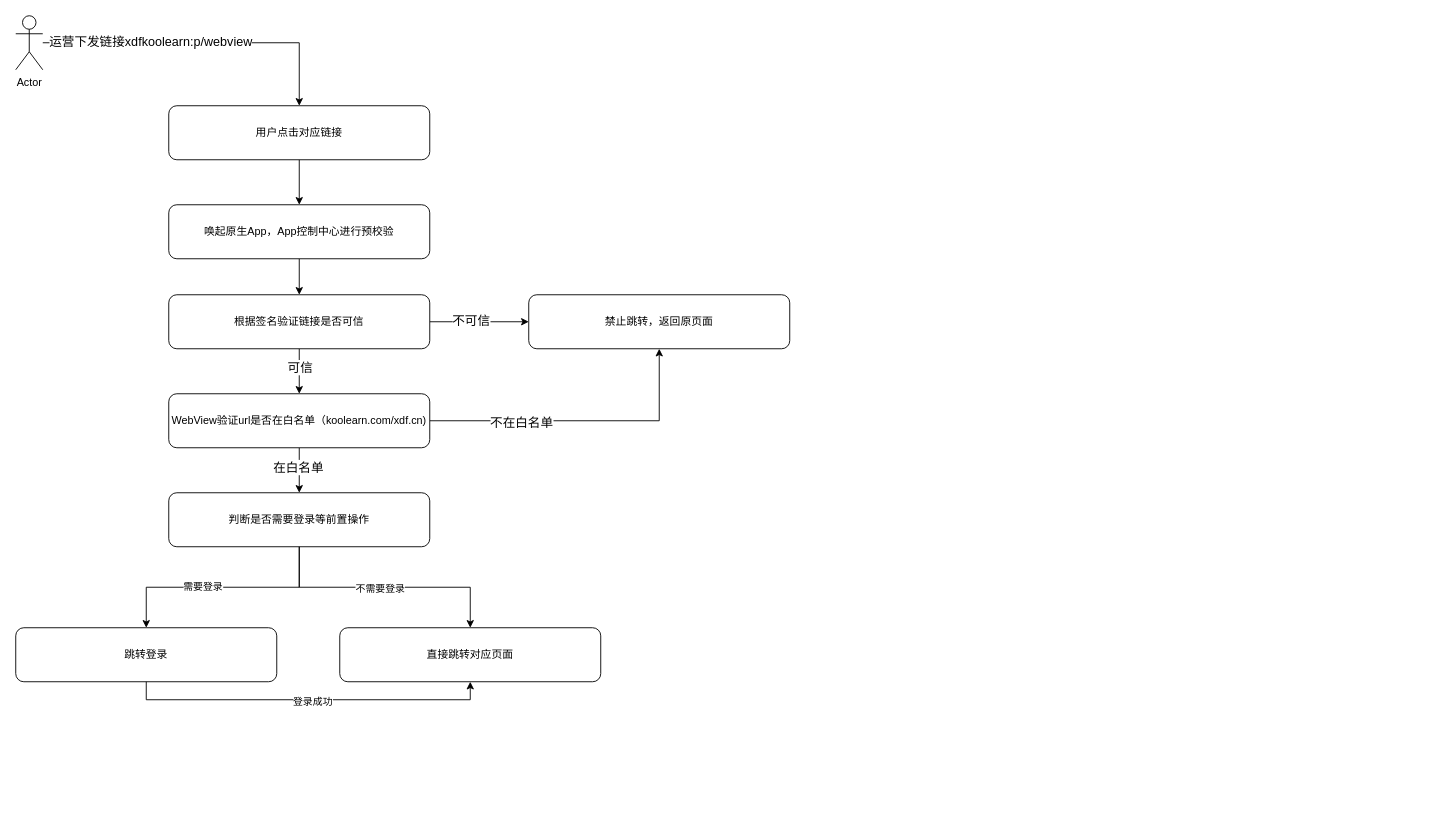
Before: Untitled Diagram.drawio in ToTheMoonLee/diagrams, a draw.io diagram. Source tidied: cells renumbered, new cells numbered last; positions are measured from the earlier drawing's top-left corner, leaving out a move shared by most shapes. Both pictures are drawn from the tidied source at 90%, with x=0, y=0 at pixel (15, 15).
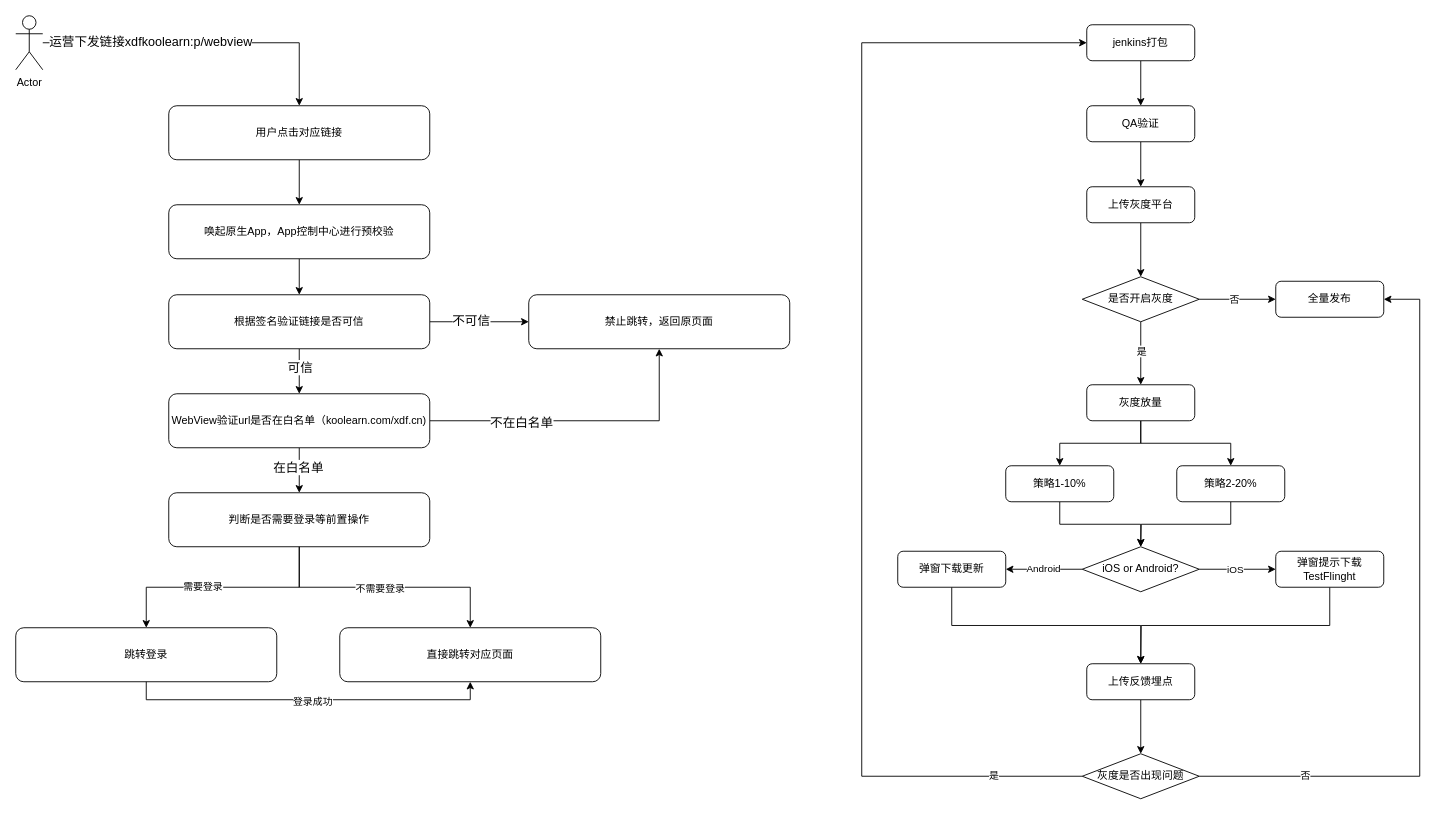
Above is the later version.

The edit, as a diff of the source:
```diff
@@
+    <mxCell id="29" style="edgeStyle=orthogonalEdgeStyle;rounded=0;jettySize=auto;html=1;exitX=0.5;exitY=1;exitDx=0;exitDy=0;entryX=0.5;entryY=0;entryDx=0;entryDy=0;" parent="1" edge="1" source="30" target="32">
+      <mxGeometry relative="1" as="geometry" />
+    </mxCell>
+    <mxCell id="30" value="jenkins打包" style="rounded=1;whiteSpace=wrap;html=1;" parent="1" vertex="1">
+      <mxGeometry x="1190" y="10" width="120" height="40" as="geometry" />
+    </mxCell>
+    <mxCell id="31" style="edgeStyle=orthogonalEdgeStyle;rounded=0;jettySize=auto;html=1;exitX=0.5;exitY=1;exitDx=0;exitDy=0;entryX=0.5;entryY=0;entryDx=0;entryDy=0;" parent="1" edge="1" source="32" target="34">
+      <mxGeometry relative="1" as="geometry" />
+    </mxCell>
+    <mxCell id="32" value="QA验证" style="rounded=1;whiteSpace=wrap;html=1;" parent="1" vertex="1">
+      <mxGeometry x="1190" y="100" width="120" height="40" as="geometry" />
+    </mxCell>
+    <mxCell id="33" style="edgeStyle=orthogonalEdgeStyle;rounded=0;jettySize=auto;html=1;exitX=0.5;exitY=1;exitDx=0;exitDy=0;entryX=0.5;entryY=0;entryDx=0;entryDy=0;" parent="1" edge="1" source="34" target="39">
+      <mxGeometry relative="1" as="geometry" />
+    </mxCell>
+    <mxCell id="34" value="上传灰度平台" style="rounded=1;whiteSpace=wrap;html=1;" parent="1" vertex="1">
+      <mxGeometry x="1190" y="190" width="120" height="40" as="geometry" />
+    </mxCell>
+    <mxCell id="35" style="edgeStyle=orthogonalEdgeStyle;rounded=0;jettySize=auto;html=1;exitX=1;exitY=0.5;exitDx=0;exitDy=0;entryX=0;entryY=0.5;entryDx=0;entryDy=0;" parent="1" edge="1" source="39" target="40">
+      <mxGeometry relative="1" as="geometry" />
+    </mxCell>
+    <mxCell id="36" value="否" style="edgeLabel;html=1;align=center;verticalAlign=middle;" parent="35" vertex="1">
+      <mxGeometry x="-0.11" relative="1" as="geometry" />
+    </mxCell>
+    <mxCell id="37" style="edgeStyle=orthogonalEdgeStyle;rounded=0;jettySize=auto;html=1;exitX=0.5;exitY=1;exitDx=0;exitDy=0;entryX=0.5;entryY=0;entryDx=0;entryDy=0;" parent="1" edge="1" source="39" target="43">
+      <mxGeometry relative="1" as="geometry" />
+    </mxCell>
+    <mxCell id="38" value="是" style="edgeLabel;html=1;align=center;verticalAlign=middle;" parent="37" vertex="1">
+      <mxGeometry x="-0.09" relative="1" as="geometry" />
+    </mxCell>
+    <mxCell id="39" value="是否开启灰度" style="rhombus;whiteSpace=wrap;html=1;" parent="1" vertex="1">
+      <mxGeometry x="1185" y="290" width="130" height="50" as="geometry" />
+    </mxCell>
+    <mxCell id="40" value="全量发布" style="rounded=1;whiteSpace=wrap;html=1;" parent="1" vertex="1">
+      <mxGeometry x="1400" y="295" width="120" height="40" as="geometry" />
+    </mxCell>
+    <mxCell id="41" style="edgeStyle=orthogonalEdgeStyle;rounded=0;jettySize=auto;html=1;exitX=0.5;exitY=1;exitDx=0;exitDy=0;entryX=0.5;entryY=0;entryDx=0;entryDy=0;" parent="1" edge="1" source="43" target="45">
+      <mxGeometry relative="1" as="geometry" />
+    </mxCell>
+    <mxCell id="42" style="edgeStyle=orthogonalEdgeStyle;rounded=0;jettySize=auto;html=1;exitX=0.5;exitY=1;exitDx=0;exitDy=0;entryX=0.5;entryY=0;entryDx=0;entryDy=0;" parent="1" edge="1" source="43" target="47">
+      <mxGeometry relative="1" as="geometry" />
+    </mxCell>
+    <mxCell id="43" value="灰度放量" style="rounded=1;whiteSpace=wrap;html=1;" parent="1" vertex="1">
+      <mxGeometry x="1190" y="410" width="120" height="40" as="geometry" />
+    </mxCell>
+    <mxCell id="44" style="edgeStyle=orthogonalEdgeStyle;rounded=0;jettySize=auto;html=1;exitX=0.5;exitY=1;exitDx=0;exitDy=0;entryX=0.5;entryY=0;entryDx=0;entryDy=0;" parent="1" edge="1" source="45" target="56">
+      <mxGeometry relative="1" as="geometry" />
+    </mxCell>
+    <mxCell id="45" value="策略1-10%" style="rounded=1;whiteSpace=wrap;html=1;" parent="1" vertex="1">
+      <mxGeometry x="1100" y="500" width="120" height="40" as="geometry" />
+    </mxCell>
+    <mxCell id="46" style="edgeStyle=orthogonalEdgeStyle;rounded=0;jettySize=auto;html=1;exitX=0.5;exitY=1;exitDx=0;exitDy=0;" parent="1" edge="1" source="47">
+      <mxGeometry relative="1" as="geometry">
+        <mxPoint x="1250" y="590" as="targetPoint" />
+      </mxGeometry>
+    </mxCell>
+    <mxCell id="47" value="策略2-20%" style="rounded=1;whiteSpace=wrap;html=1;" parent="1" vertex="1">
+      <mxGeometry x="1290" y="500" width="120" height="40" as="geometry" />
+    </mxCell>
+    <mxCell id="48" style="edgeStyle=orthogonalEdgeStyle;rounded=0;jettySize=auto;html=1;exitX=0;exitY=0.5;exitDx=0;exitDy=0;entryX=0;entryY=0.5;entryDx=0;entryDy=0;" parent="1" edge="1" source="52" target="30">
+      <mxGeometry relative="1" as="geometry">
+        <Array as="points">
+          <mxPoint x="940" y="845" />
+          <mxPoint x="940" y="30" />
+        </Array>
+      </mxGeometry>
+    </mxCell>
+    <mxCell id="49" value="是" style="edgeLabel;html=1;align=center;verticalAlign=middle;" parent="48" vertex="1">
+      <mxGeometry x="-0.85" y="-1" relative="1" as="geometry">
+        <mxPoint x="-1" as="offset" />
+      </mxGeometry>
+    </mxCell>
+    <mxCell id="50" style="edgeStyle=orthogonalEdgeStyle;rounded=0;jettySize=auto;html=1;exitX=1;exitY=0.5;exitDx=0;exitDy=0;entryX=1;entryY=0.5;entryDx=0;entryDy=0;" parent="1" edge="1" source="52" target="40">
+      <mxGeometry relative="1" as="geometry">
+        <Array as="points">
+          <mxPoint x="1560" y="845" />
+          <mxPoint x="1560" y="315" />
+        </Array>
+      </mxGeometry>
+    </mxCell>
+    <mxCell id="51" value="否" style="edgeLabel;html=1;align=center;verticalAlign=middle;" parent="50" vertex="1">
+      <mxGeometry x="-0.71" y="3" relative="1" as="geometry">
+        <mxPoint x="-1" y="1" as="offset" />
+      </mxGeometry>
+    </mxCell>
+    <mxCell id="52" value="灰度是否出现问题" style="rhombus;whiteSpace=wrap;html=1;" parent="1" vertex="1">
+      <mxGeometry x="1185" y="820" width="130" height="50" as="geometry" />
+    </mxCell>
+    <mxCell id="53" value="Android" style="edgeStyle=orthogonalEdgeStyle;rounded=0;jettySize=auto;html=1;exitX=0;exitY=0.5;exitDx=0;exitDy=0;entryX=1;entryY=0.5;entryDx=0;entryDy=0;" parent="1" edge="1" source="56" target="58">
+      <mxGeometry relative="1" as="geometry" />
+    </mxCell>
+    <mxCell id="54" style="edgeStyle=orthogonalEdgeStyle;rounded=0;jettySize=auto;html=1;exitX=1;exitY=0.5;exitDx=0;exitDy=0;entryX=0;entryY=0.5;entryDx=0;entryDy=0;" parent="1" edge="1" source="56" target="60">
+      <mxGeometry relative="1" as="geometry" />
+    </mxCell>
+    <mxCell id="55" value="iOS" style="edgeLabel;html=1;align=center;verticalAlign=middle;" parent="54" vertex="1">
+      <mxGeometry x="-0.07" relative="1" as="geometry">
+        <mxPoint x="-1" as="offset" />
+      </mxGeometry>
+    </mxCell>
+    <mxCell id="56" value="iOS or Android?" style="rhombus;whiteSpace=wrap;html=1;" parent="1" vertex="1">
+      <mxGeometry x="1185" y="590" width="130" height="50" as="geometry" />
+    </mxCell>
+    <mxCell id="57" style="edgeStyle=orthogonalEdgeStyle;rounded=0;jettySize=auto;html=1;exitX=0.5;exitY=1;exitDx=0;exitDy=0;entryX=0.5;entryY=0;entryDx=0;entryDy=0;" parent="1" edge="1" source="58" target="62">
+      <mxGeometry relative="1" as="geometry" />
+    </mxCell>
+    <mxCell id="58" value="弹窗下载更新" style="rounded=1;whiteSpace=wrap;html=1;" parent="1" vertex="1">
+      <mxGeometry x="980" y="595" width="120" height="40" as="geometry" />
+    </mxCell>
+    <mxCell id="59" style="edgeStyle=orthogonalEdgeStyle;rounded=0;jettySize=auto;html=1;exitX=0.5;exitY=1;exitDx=0;exitDy=0;" parent="1" edge="1" source="60">
+      <mxGeometry relative="1" as="geometry">
+        <mxPoint x="1250" y="720" as="targetPoint" />
+      </mxGeometry>
+    </mxCell>
+    <mxCell id="60" value="弹窗提示下载TestFlinght" style="rounded=1;whiteSpace=wrap;html=1;" parent="1" vertex="1">
+      <mxGeometry x="1400" y="595" width="120" height="40" as="geometry" />
+    </mxCell>
+    <mxCell id="61" style="edgeStyle=orthogonalEdgeStyle;rounded=0;jettySize=auto;html=1;exitX=0.5;exitY=1;exitDx=0;exitDy=0;entryX=0.5;entryY=0;entryDx=0;entryDy=0;" parent="1" edge="1" source="62" target="52">
+      <mxGeometry relative="1" as="geometry" />
+    </mxCell>
+    <mxCell id="62" value="上传反馈埋点" style="rounded=1;whiteSpace=wrap;html=1;" parent="1" vertex="1">
+      <mxGeometry x="1190" y="720" width="120" height="40" as="geometry" />
+    </mxCell>
```
